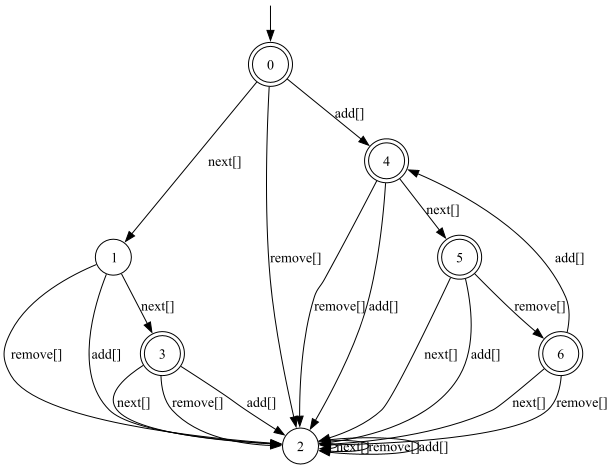
Earlier version of the Graphviz export out.png (rasofema/fyp-specification-miner). Its source is kept beside it as out.dot.
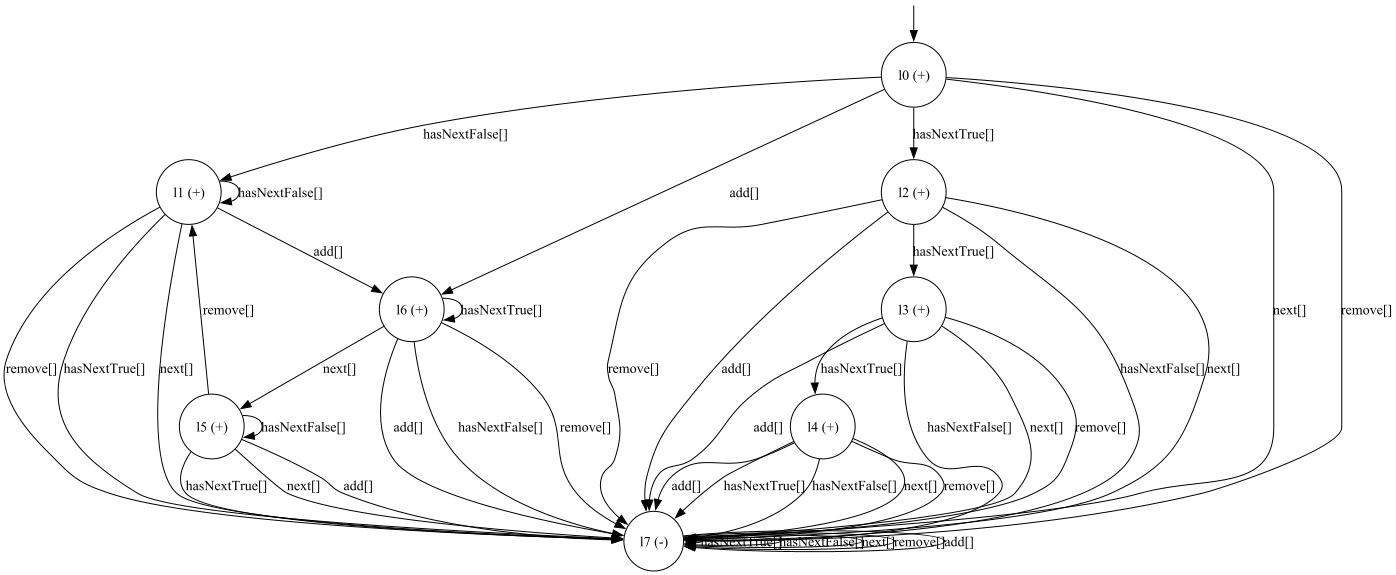
The same diagram one commit later.

Change to the diagram source:
```diff
@@ -1,33 +1,53 @@
 digraph g {
 
-	s0 [shape="doublecircle" label="0"];
-	s1 [shape="circle" label="1"];
-	s2 [shape="circle" label="2"];
-	s3 [shape="doublecircle" label="3"];
-	s4 [shape="doublecircle" label="4"];
-	s5 [shape="doublecircle" label="5"];
-	s6 [shape="doublecircle" label="6"];
-	s0 -> s1 [label="next[]"];
-	s0 -> s2 [label="remove[]"];
-	s0 -> s4 [label="add[]"];
-	s1 -> s3 [label="next[]"];
-	s1 -> s2 [label="remove[]"];
-	s1 -> s2 [label="add[]"];
-	s2 -> s2 [label="next[]"];
-	s2 -> s2 [label="remove[]"];
-	s2 -> s2 [label="add[]"];
-	s3 -> s2 [label="next[]"];
-	s3 -> s2 [label="remove[]"];
-	s3 -> s2 [label="add[]"];
-	s4 -> s5 [label="next[]"];
-	s4 -> s2 [label="remove[]"];
-	s4 -> s2 [label="add[]"];
-	s5 -> s2 [label="next[]"];
-	s5 -> s6 [label="remove[]"];
-	s5 -> s2 [label="add[]"];
-	s6 -> s2 [label="next[]"];
-	s6 -> s2 [label="remove[]"];
-	s6 -> s4 [label="add[]"];
+	s0 [shape="circle" label="l0 (+)"];
+	s1 [shape="circle" label="l1 (+)"];
+	s2 [shape="circle" label="l2 (+)"];
+	s3 [shape="circle" label="l3 (+)"];
+	s4 [shape="circle" label="l4 (+)"];
+	s5 [shape="circle" label="l5 (+)"];
+	s6 [shape="circle" label="l6 (+)"];
+	s7 [shape="circle" label="l7 (-)"];
+	s0 -> s2 [label="hasNextTrue[]"];
+	s0 -> s1 [label="hasNextFalse[]"];
+	s0 -> s7 [label="next[]"];
+	s0 -> s7 [label="remove[]"];
+	s0 -> s6 [label="add[]"];
+	s1 -> s7 [label="hasNextTrue[]"];
+	s1 -> s1 [label="hasNextFalse[]"];
+	s1 -> s7 [label="next[]"];
+	s1 -> s7 [label="remove[]"];
+	s1 -> s6 [label="add[]"];
+	s2 -> s3 [label="hasNextTrue[]"];
+	s2 -> s7 [label="hasNextFalse[]"];
+	s2 -> s7 [label="next[]"];
+	s2 -> s7 [label="remove[]"];
+	s2 -> s7 [label="add[]"];
+	s3 -> s4 [label="hasNextTrue[]"];
+	s3 -> s7 [label="hasNextFalse[]"];
+	s3 -> s7 [label="next[]"];
+	s3 -> s7 [label="remove[]"];
+	s3 -> s7 [label="add[]"];
+	s4 -> s7 [label="hasNextTrue[]"];
+	s4 -> s7 [label="hasNextFalse[]"];
+	s4 -> s7 [label="next[]"];
+	s4 -> s7 [label="remove[]"];
+	s4 -> s7 [label="add[]"];
+	s5 -> s7 [label="hasNextTrue[]"];
+	s5 -> s5 [label="hasNextFalse[]"];
+	s5 -> s7 [label="next[]"];
+	s5 -> s1 [label="remove[]"];
+	s5 -> s7 [label="add[]"];
+	s6 -> s6 [label="hasNextTrue[]"];
+	s6 -> s7 [label="hasNextFalse[]"];
+	s6 -> s5 [label="next[]"];
+	s6 -> s7 [label="remove[]"];
+	s6 -> s7 [label="add[]"];
+	s7 -> s7 [label="hasNextTrue[]"];
+	s7 -> s7 [label="hasNextFalse[]"];
+	s7 -> s7 [label="next[]"];
+	s7 -> s7 [label="remove[]"];
+	s7 -> s7 [label="add[]"];
 
 __start0 [label="" shape="none" width="0" height="0"];
 __start0 -> s0;
```
